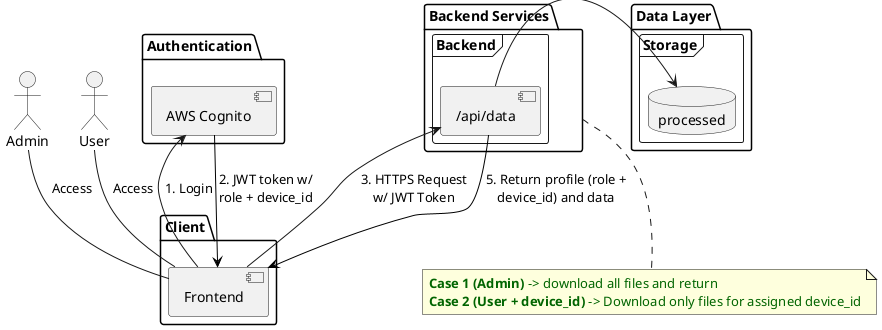
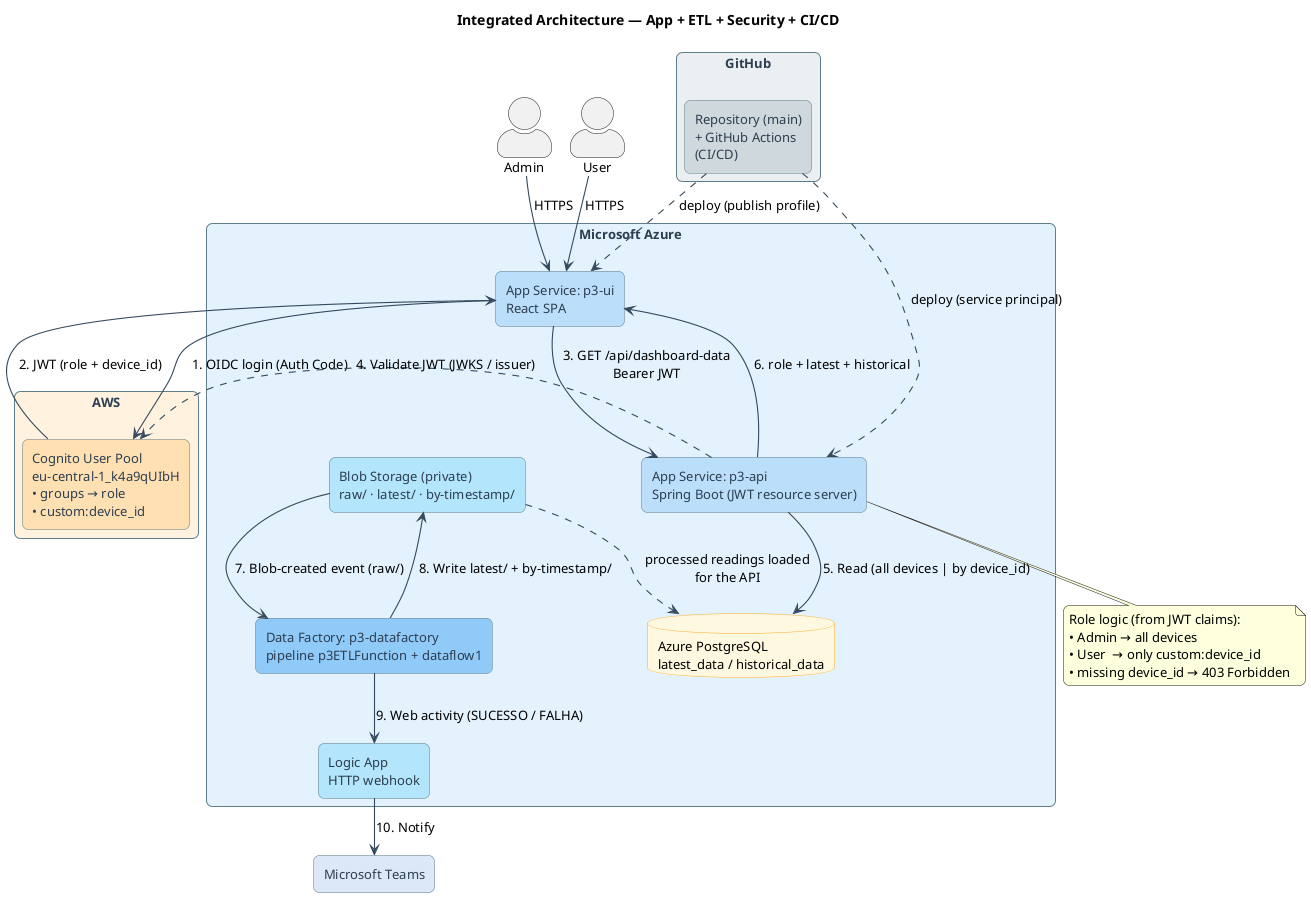
@startuml
!pragma layout smetana
+ title Integrated Architecture — App + ETL + Security + CI/CD
+ 
+ skinparam backgroundColor #FFFFFF
skinparam shadowing false
- skinparam nodesep 100
- skinparam ranksep 80
+ skinparam defaultFontName "Helvetica Neue"
+ skinparam defaultFontSize 13
+ skinparam roundCorner 12
+ skinparam ArrowColor #34495E
+ skinparam ArrowThickness 1.1
+ skinparam nodesep 35
+ skinparam ranksep 55
+ skinparam rectangle {
+   BorderColor #607D8B
+   FontColor #2C3E50
+ }
+ skinparam database {
+   BackgroundColor #FFF8E1
+   BorderColor #F9A825
+ }
+ skinparam actorStyle awesome

- actor Admin
- actor User
+ actor "Admin" as Admin
+ actor "User" as User

- package "Authentication" {
-     component "AWS Cognito" as Cognito
+ ' ---------------- GitHub ----------------
+ rectangle "GitHub" #ECEFF1 {
+   rectangle "Repository (main)\n+ GitHub Actions\n(CI/CD)" as GH #CFD8DC
}

- package "Client" {
-     component "Frontend" as FE
+ ' ---------------- AWS ----------------
+ rectangle "AWS" #FFF3E0 {
+   rectangle "Cognito User Pool\neu-central-1_k4a9qUIbH\n• groups → role\n• custom:device_id" as Cognito #FFE0B2
}

- package "Backend Services" {
-     frame "Backend" {
-         component "/api/data" as apiData
-     }
+ ' ---------------- Azure ----------------
+ rectangle "Microsoft Azure" #E3F2FD {
+ 
+   rectangle "App Service: p3-ui\nReact SPA" as UI #BBDEFB
+   rectangle "App Service: p3-api\nSpring Boot (JWT resource server)" as API #BBDEFB
+   database "Azure PostgreSQL\nlatest_data / historical_data" as DB
+ 
+   rectangle "Blob Storage (private)\nraw/ · latest/ · by-timestamp/" as Blob #B3E5FC
+   rectangle "Data Factory: p3-datafactory\npipeline p3ETLFunction + dataflow1" as ADF #90CAF9
+   rectangle "Logic App\nHTTP webhook" as Logic #B3E5FC
}

- package "Data Layer" {
-     frame "Storage" {
-         database "processed"
-     }
- }
+ ' ---------------- External SaaS ----------------
+ rectangle "Microsoft Teams" as Teams #DCE7F7

- ' Relacionamentos de Acesso
- Admin -- FE : Access
- User -- FE : Access
+ ' ===== Authentication & app flow =====
+ Admin --> UI : HTTPS
+ User  --> UI : HTTPS
+ UI --> Cognito : 1. OIDC login (Auth Code)
+ Cognito --> UI : 2. JWT (role + device_id)
+ UI --> API : 3. GET /api/dashboard-data\nBearer JWT
+ API ..> Cognito : 4. Validate JWT (JWKS / issuer)
+ API --> DB : 5. Read (all devices | by device_id)
+ API --> UI : 6. role + latest + historical

- ' Fluxo de Autenticação (Ajustado para o lado)
- FE -up-> Cognito : 1. Login
- ' A seta 2 agora entra pela esquerda para não bater na seta 5
- Cognito -[#black]le-> FE : 2. JWT token w/\nrole + device_id
+ ' ===== ETL flow =====
+ Blob --> ADF : 7. Blob-created event (raw/)
+ ADF --> Blob : 8. Write latest/ + by-timestamp/
+ ADF --> Logic : 9. Web activity (SUCESSO / FALHA)
+ Logic --> Teams : 10. Notify
+ Blob ..> DB : processed readings loaded\nfor the API

- ' Fluxo de Dados
- FE -right-> apiData : 3. HTTPS Request\nw/ JWT Token
- apiData -right-> processed : 4. Download files
+ ' ===== CI/CD =====
+ GH ..> UI  : deploy (publish profile)
+ GH ..> API : deploy (service principal)

- ' O retorno 5 agora entra por baixo do Frontend
- apiData -[#black]down-> FE : 5. Return profile (role +\ndevice_id) and data
- 
- ' Nota explicativa
- note bottom of "Backend Services"
-   <color:darkgreen>**Case 1 (Admin)** -> download all files and return</color>
-   <color:darkgreen>**Case 2 (User + device_id)** -> Download only files for assigned device_id</color>
+ note bottom of API
+   Role logic (from JWT claims):
+   • Admin → all devices
+   • User  → only custom:device_id
+   • missing device_id → 403 Forbidden
end note

- @enduml+ @enduml
